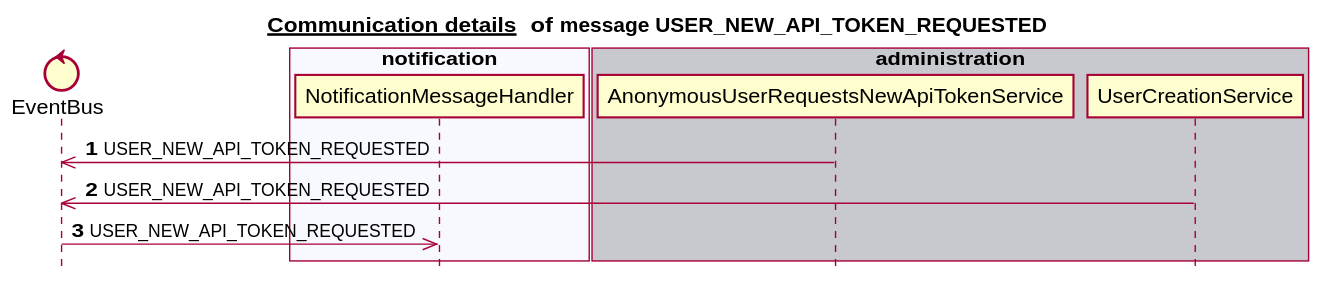
mercedes-benz/sechub keeps this PlantUML diagram as docs/latest/images/gen_domain_messaging_user_new_api_token_requested.svg. Above is the earlier version. Source of this version:
```plantuml
@startuml


title __Communication details __ of **message USER_NEW_API_TOKEN_REQUESTED**
skinparam style strictuml


control EventBus
box "scan" #C8C8CF
end box
box "schedule" #F8F8FF
end box
box "authorization" #C8C8CF
end box
box "notification" #F8F8FF
   participant NotificationMessageHandler
end box
box "administration" #C8C8CF
   participant AnonymousUserRequestsNewApiTokenService
   participant UserCreationService
end box
autonumber 1
AnonymousUserRequestsNewApiTokenService ->> EventBus:USER_NEW_API_TOKEN_REQUESTED
UserCreationService ->> EventBus:USER_NEW_API_TOKEN_REQUESTED
EventBus ->> NotificationMessageHandler:USER_NEW_API_TOKEN_REQUESTED
autonumber stop


@enduml
```
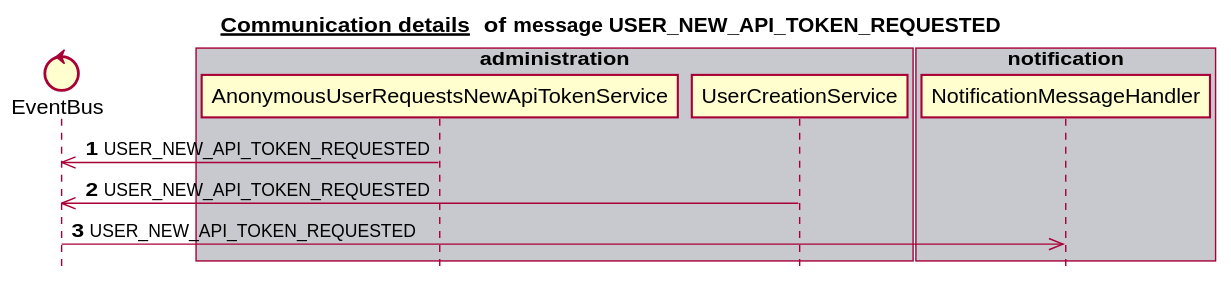
After the change.

The edit, as a diff of the source:
```diff
@@ -6,18 +6,18 @@
 
 
 control EventBus
-box "scan" #C8C8CF
-end box
-box "schedule" #F8F8FF
-end box
 box "authorization" #C8C8CF
 end box
-box "notification" #F8F8FF
-   participant NotificationMessageHandler
+box "scan" #F8F8FF
 end box
 box "administration" #C8C8CF
    participant AnonymousUserRequestsNewApiTokenService
    participant UserCreationService
+end box
+box "schedule" #F8F8FF
+end box
+box "notification" #C8C8CF
+   participant NotificationMessageHandler
 end box
 autonumber 1
 AnonymousUserRequestsNewApiTokenService ->> EventBus:USER_NEW_API_TOKEN_REQUESTED
```
